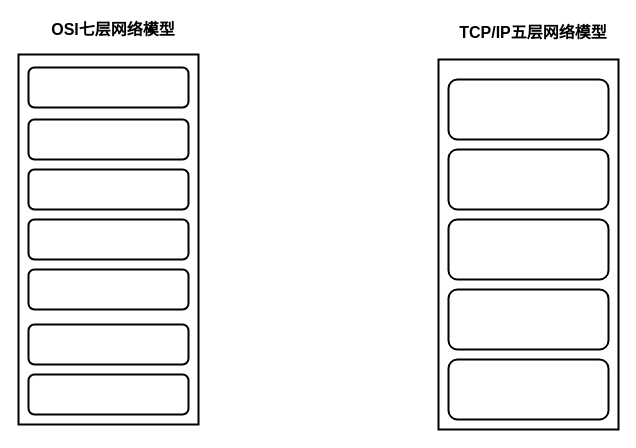
Above: 网络模型.drawio in StackInk/draw (draw.io), before the change. Source tidied: cells renumbered, new cells numbered last; positions are measured from the earlier drawing's top-left corner, leaving out a move shared by most shapes. Both pictures are drawn from the tidied source at 100%, with x=0, y=0 at pixel (18, 24).
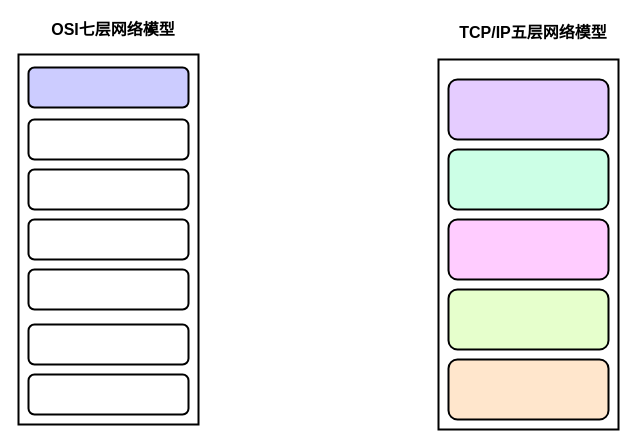
Above is the later version.

Commit message (it also covers changes not shown here):
更新网络模型.drawio

Diff of the diagram source:
```diff
@@
 <mxGraphModel>
   <root>
     <mxCell id="0" />
     <mxCell id="1" parent="0" />
     <mxCell id="2" style="rounded=0;whiteSpace=wrap;html=1;strokeWidth=2;" parent="1" vertex="1">
       <mxGeometry y="30" width="180" height="370" as="geometry" />
     </mxCell>
     <mxCell id="3" value="OSI七层网络模型" style="text;html=1;strokeColor=none;fillColor=none;align=center;verticalAlign=middle;whiteSpace=wrap;rounded=0;fontFamily=Helvetica;fontSize=16;fontStyle=1;" parent="1" vertex="1">
       <mxGeometry x="20" width="150" height="10" as="geometry" />
     </mxCell>
     <mxCell id="4" style="edgeStyle=orthogonalEdgeStyle;rounded=0;orthogonalLoop=1;jettySize=auto;html=1;exitX=0.75;exitY=1;exitDx=0;exitDy=0;entryX=0.75;entryY=0;entryDx=0;entryDy=0;fontFamily=Helvetica;fontSize=16;" parent="1" edge="1" source="3" target="3">
       <mxGeometry relative="1" as="geometry" />
     </mxCell>
     <mxCell id="5" value="TCP/IP五层网络模型" style="text;html=1;strokeColor=none;fillColor=none;align=center;verticalAlign=middle;whiteSpace=wrap;rounded=0;fontFamily=Helvetica;fontSize=16;fontStyle=1;" parent="1" vertex="1">
       <mxGeometry x="430" width="170" height="15" as="geometry" />
     </mxCell>
     <mxCell id="6" style="rounded=1;whiteSpace=wrap;html=1;strokeWidth=2;fontFamily=Helvetica;fontSize=16;spacingBottom=-7;" parent="1" vertex="1">
       <mxGeometry x="10" y="350" width="160" height="40" as="geometry" />
     </mxCell>
     <mxCell id="7" style="rounded=0;whiteSpace=wrap;html=1;strokeWidth=2;" parent="1" vertex="1">
       <mxGeometry x="420" y="35" width="180" height="370" as="geometry" />
     </mxCell>
-    <mxCell id="8" style="rounded=1;whiteSpace=wrap;html=1;strokeWidth=2;fontFamily=Helvetica;fontSize=16;spacingBottom=-7;" parent="1" vertex="1">
+    <mxCell id="8" style="rounded=1;whiteSpace=wrap;html=1;strokeWidth=2;fontFamily=Helvetica;fontSize=16;spacingBottom=-7;fillColor=#FFE6CC;" parent="1" vertex="1">
       <mxGeometry x="430" y="335" width="160" height="60" as="geometry" />
     </mxCell>
-    <mxCell id="9" style="rounded=1;whiteSpace=wrap;html=1;strokeWidth=2;fontFamily=Helvetica;fontSize=16;spacingBottom=-7;" parent="1" vertex="1">
+    <mxCell id="9" style="rounded=1;whiteSpace=wrap;html=1;strokeWidth=2;fontFamily=Helvetica;fontSize=16;spacingBottom=-7;fillColor=#E6FFCC;" parent="1" vertex="1">
       <mxGeometry x="430" y="265" width="160" height="60" as="geometry" />
     </mxCell>
-    <mxCell id="10" style="rounded=1;whiteSpace=wrap;html=1;strokeWidth=2;fontFamily=Helvetica;fontSize=16;spacingBottom=-7;" parent="1" vertex="1">
+    <mxCell id="10" style="rounded=1;whiteSpace=wrap;html=1;strokeWidth=2;fontFamily=Helvetica;fontSize=16;spacingBottom=-7;fillColor=#FFCCFF;" parent="1" vertex="1">
       <mxGeometry x="430" y="195" width="160" height="60" as="geometry" />
     </mxCell>
-    <mxCell id="11" style="rounded=1;whiteSpace=wrap;html=1;strokeWidth=2;fontFamily=Helvetica;fontSize=16;spacingBottom=-7;" parent="1" vertex="1">
+    <mxCell id="11" style="rounded=1;whiteSpace=wrap;html=1;strokeWidth=2;fontFamily=Helvetica;fontSize=16;spacingBottom=-7;fillColor=#CCFFE6;" parent="1" vertex="1">
       <mxGeometry x="430" y="125" width="160" height="60" as="geometry" />
     </mxCell>
-    <mxCell id="12" style="rounded=1;whiteSpace=wrap;html=1;strokeWidth=2;fontFamily=Helvetica;fontSize=16;spacingBottom=-7;" parent="1" vertex="1">
+    <mxCell id="12" style="rounded=1;whiteSpace=wrap;html=1;strokeWidth=2;fontFamily=Helvetica;fontSize=16;spacingBottom=-7;fillColor=#E5CCFF;" parent="1" vertex="1">
       <mxGeometry x="430" y="55" width="160" height="60" as="geometry" />
     </mxCell>
     <mxCell id="13" style="rounded=1;whiteSpace=wrap;html=1;strokeWidth=2;fontFamily=Helvetica;fontSize=16;spacingBottom=-7;" parent="1" vertex="1">
       <mxGeometry x="10" y="300" width="160" height="40" as="geometry" />
     </mxCell>
     <mxCell id="14" style="rounded=1;whiteSpace=wrap;html=1;strokeWidth=2;fontFamily=Helvetica;fontSize=16;spacingBottom=-7;" parent="1" vertex="1">
       <mxGeometry x="10" y="245" width="160" height="40" as="geometry" />
     </mxCell>
     <mxCell id="15" style="rounded=1;whiteSpace=wrap;html=1;strokeWidth=2;fontFamily=Helvetica;fontSize=16;spacingBottom=-7;" parent="1" vertex="1">
       <mxGeometry x="10" y="195" width="160" height="40" as="geometry" />
     </mxCell>
     <mxCell id="16" style="rounded=1;whiteSpace=wrap;html=1;strokeWidth=2;fontFamily=Helvetica;fontSize=16;spacingBottom=-7;" parent="1" vertex="1">
       <mxGeometry x="10" y="145" width="160" height="40" as="geometry" />
     </mxCell>
     <mxCell id="17" style="rounded=1;whiteSpace=wrap;html=1;strokeWidth=2;fontFamily=Helvetica;fontSize=16;spacingBottom=-7;" parent="1" vertex="1">
       <mxGeometry x="10" y="95" width="160" height="40" as="geometry" />
     </mxCell>
-    <mxCell id="18" style="rounded=1;whiteSpace=wrap;html=1;strokeWidth=2;fontFamily=Helvetica;fontSize=16;spacingBottom=-7;" parent="1" vertex="1">
+    <mxCell id="18" style="rounded=1;whiteSpace=wrap;html=1;strokeWidth=2;fontFamily=Helvetica;fontSize=16;spacingBottom=-7;fillColor=#CCCCFF;" parent="1" vertex="1">
       <mxGeometry x="10" y="43" width="160" height="40" as="geometry" />
     </mxCell>
   </root>
 </mxGraphModel>
```
